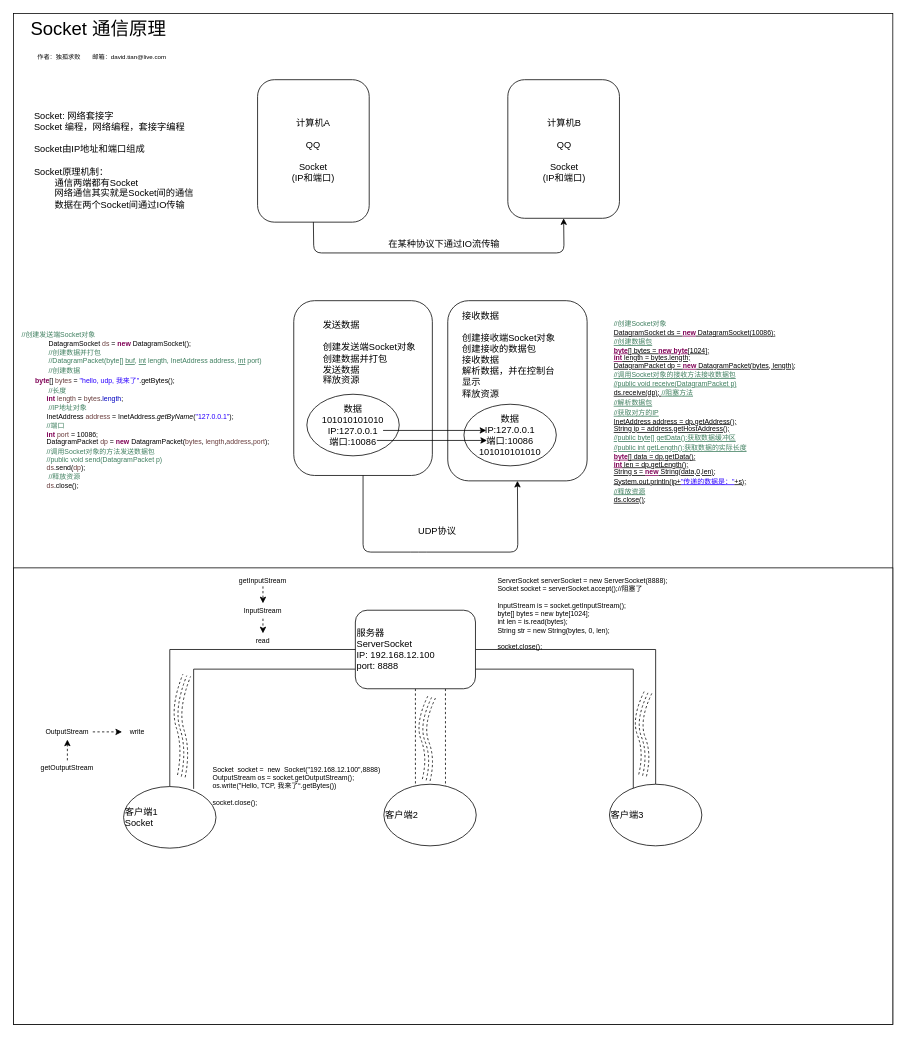
Above: java/net/Untitled Diagram.drawio in dvtn/docs (draw.io), before the change. Source tidied: cells renumbered, new cells numbered last; positions are measured from the earlier drawing's top-left corner, leaving out a move shared by most shapes. Both pictures are drawn from the tidied source at 77%, with x=0, y=0 at pixel (13, 13).
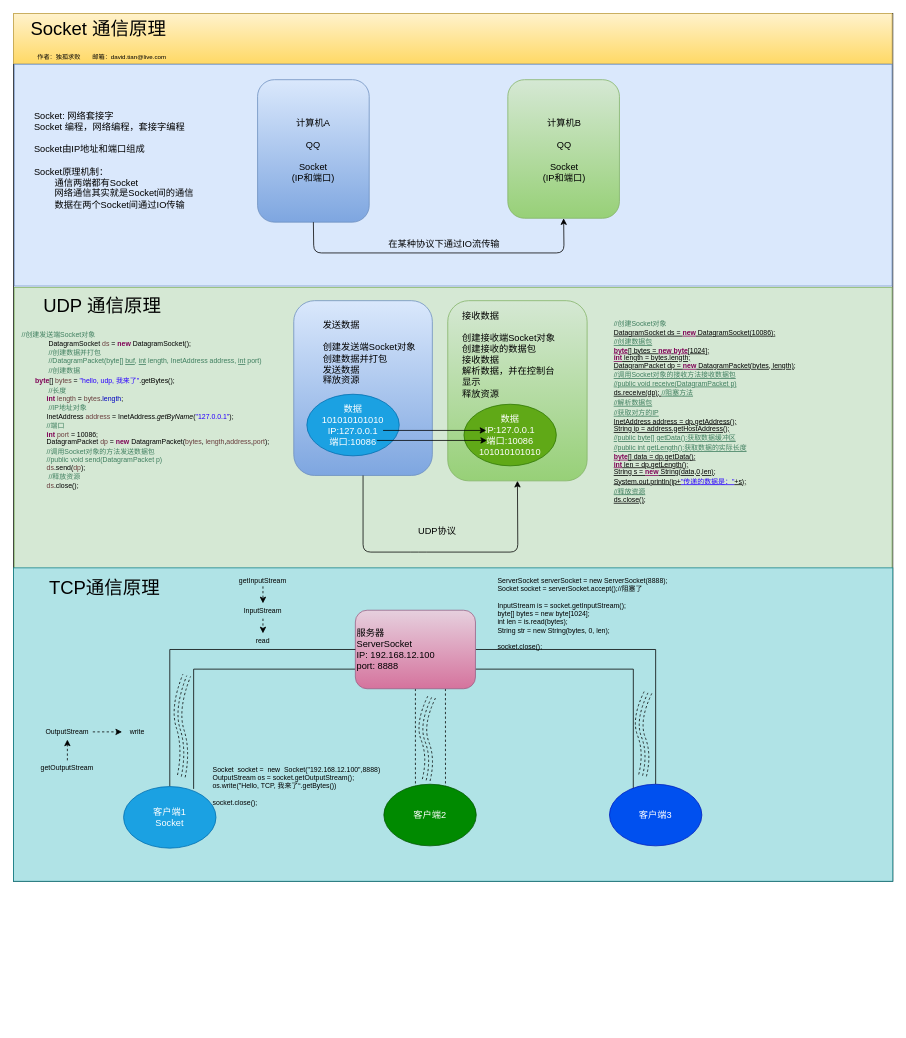
The same page after the edit.

The change refers to these unchanged cells:
```xml
<mxCell id="9" style="endArrow=classic;html=1;fontSize=12;exitX=0.5;exitY=1;exitDx=0;exitDy=0;entryX=0.5;entryY=1;entryDx=0;entryDy=0;" parent="1" edge="1" source="5" target="6">
  <mxGeometry relative="1" as="geometry">
    <Array as="points">
      <mxPoint x="390" y="311" />
      <mxPoint x="715" y="311" />
    </Array>
  </mxGeometry>
</mxCell>
<mxCell id="15" style="endArrow=classic;html=1;fontSize=12;exitX=0.5;exitY=1;exitDx=0;exitDy=0;entryX=0.5;entryY=1;entryDx=0;entryDy=0;" parent="1" edge="1" source="12" target="13">
  <mxGeometry relative="1" as="geometry">
    <Array as="points">
      <mxPoint x="454" y="699.5" />
      <mxPoint x="526" y="699.5" />
      <mxPoint x="655" y="699.5" />
    </Array>
  </mxGeometry>
</mxCell>
```

What changed in the source:
```diff
@@
     <mxCell id="2" style="rounded=0;whiteSpace=wrap;html=1;" parent="1" vertex="1">
-      <mxGeometry width="1142" height="1313" as="geometry" />
+      <mxGeometry width="1142" height="1127" as="geometry" />
     </mxCell>
+    <mxCell id="59" style="rounded=0;whiteSpace=wrap;html=1;labelBackgroundColor=none;fontSize=9;align=center;gradientColor=#ffd966;fillColor=#fff2cc;strokeColor=#d6b656;" parent="1" vertex="1">
+      <mxGeometry width="1141" height="65" as="geometry" />
+    </mxCell>
+    <mxCell id="60" style="rounded=0;whiteSpace=wrap;html=1;fontSize=9;align=left;fillColor=#d5e8d4;strokeColor=#82b366;" parent="1" vertex="1">
+      <mxGeometry x="1" y="356" width="1140" height="376" as="geometry" />
+    </mxCell>
+    <mxCell id="61" style="rounded=0;whiteSpace=wrap;html=1;fontSize=9;align=left;fillColor=#dae8fc;strokeColor=#6c8ebf;" parent="1" vertex="1">
+      <mxGeometry x="1" y="66" width="1140" height="288" as="geometry" />
+    </mxCell>
@@
-    <mxCell id="5" style="rounded=1;whiteSpace=wrap;html=1;fontSize=8;" parent="1" vertex="1">
+    <mxCell id="5" style="rounded=1;whiteSpace=wrap;html=1;fontSize=8;fillColor=#dae8fc;strokeColor=#6c8ebf;gradientColor=#7ea6e0;" parent="1" vertex="1">
       <mxGeometry x="317" y="86" width="145" height="185" as="geometry" />
     </mxCell>
-    <mxCell id="6" style="rounded=1;whiteSpace=wrap;html=1;fontSize=8;" parent="1" vertex="1">
+    <mxCell id="6" style="rounded=1;whiteSpace=wrap;html=1;fontSize=8;gradientColor=#97d077;fillColor=#d5e8d4;strokeColor=#82b366;" parent="1" vertex="1">
       <mxGeometry x="642" y="86" width="145" height="180" as="geometry" />
     </mxCell>
@@
-    <mxCell id="10" value="在某种协议下通过IO流传输" style="text;html=1;align=center;verticalAlign=middle;labelBackgroundColor=#ffffff;fontSize=12;" parent="9" vertex="1">
+    <mxCell id="10" value="在某种协议下通过IO流传输" style="text;html=1;align=center;verticalAlign=middle;labelBackgroundColor=none;fontSize=12;" parent="9" vertex="1">
       <mxGeometry x="-0.04" relative="1" as="geometry">
         <mxPoint x="12" y="-12" as="offset" />
       </mxGeometry>
     </mxCell>
@@
-    <mxCell id="12" style="rounded=1;whiteSpace=wrap;html=1;fontSize=8;" parent="1" vertex="1">
+    <mxCell id="12" style="rounded=1;whiteSpace=wrap;html=1;fontSize=8;gradientColor=#7ea6e0;fillColor=#dae8fc;strokeColor=#6c8ebf;" parent="1" vertex="1">
       <mxGeometry x="364" y="373" width="180" height="227" as="geometry" />
     </mxCell>
-    <mxCell id="13" style="rounded=1;whiteSpace=wrap;html=1;fontSize=8;" parent="1" vertex="1">
+    <mxCell id="13" style="rounded=1;whiteSpace=wrap;html=1;fontSize=8;gradientColor=#97d077;fillColor=#d5e8d4;strokeColor=#82b366;" parent="1" vertex="1">
       <mxGeometry x="564" y="373" width="181" height="234" as="geometry" />
     </mxCell>
@@
-    <mxCell id="16" value="UDP协议" style="text;html=1;align=center;verticalAlign=middle;labelBackgroundColor=#ffffff;fontSize=12;" parent="15" vertex="1">
+    <mxCell id="16" value="UDP协议" style="text;html=1;align=center;verticalAlign=middle;labelBackgroundColor=none;fontSize=12;" parent="15" vertex="1">
       <mxGeometry x="-0.04" relative="1" as="geometry">
         <mxPoint x="6" y="-27" as="offset" />
       </mxGeometry>
     </mxCell>
@@
-    <mxCell id="18" value="&lt;span style=&quot;white-space: normal&quot;&gt;数据&lt;/span&gt;&lt;br style=&quot;white-space: normal&quot;&gt;&lt;span style=&quot;white-space: normal&quot;&gt;IP:127.0.0.1&lt;/span&gt;&lt;br style=&quot;white-space: normal&quot;&gt;&lt;span style=&quot;white-space: normal&quot;&gt;端口:10086&lt;br&gt;&lt;/span&gt;101010101010&lt;span style=&quot;white-space: normal&quot;&gt;&lt;br&gt;&lt;/span&gt;" style="ellipse;whiteSpace=wrap;html=1;fontSize=12;align=center;" parent="1" vertex="1">
+    <mxCell id="18" value="&lt;span style=&quot;white-space: normal&quot;&gt;数据&lt;/span&gt;&lt;br style=&quot;white-space: normal&quot;&gt;&lt;span style=&quot;white-space: normal&quot;&gt;IP:127.0.0.1&lt;/span&gt;&lt;br style=&quot;white-space: normal&quot;&gt;&lt;span style=&quot;white-space: normal&quot;&gt;端口:10086&lt;br&gt;&lt;/span&gt;101010101010&lt;span style=&quot;white-space: normal&quot;&gt;&lt;br&gt;&lt;/span&gt;" style="ellipse;whiteSpace=wrap;html=1;fontSize=12;align=center;fillColor=#60a917;strokeColor=#2D7600;fontColor=#ffffff;" parent="1" vertex="1">
       <mxGeometry x="585" y="507.5" width="120" height="80" as="geometry" />
     </mxCell>
-    <mxCell id="19" value="&lt;span style=&quot;text-align: left ; white-space: normal&quot;&gt;数据&lt;/span&gt;&lt;br style=&quot;text-align: left ; white-space: normal&quot;&gt;&lt;span style=&quot;text-align: left ; white-space: normal&quot;&gt;101010101010&lt;/span&gt;&lt;br style=&quot;text-align: left ; white-space: normal&quot;&gt;&lt;span style=&quot;text-align: left ; white-space: normal&quot;&gt;IP:127.0.0.1&lt;/span&gt;&lt;br style=&quot;text-align: left ; white-space: normal&quot;&gt;&lt;span style=&quot;text-align: left ; white-space: normal&quot;&gt;端口:10086&lt;/span&gt;" style="ellipse;whiteSpace=wrap;html=1;fontSize=12;align=center;" parent="1" vertex="1">
+    <mxCell id="19" value="&lt;span style=&quot;text-align: left ; white-space: normal&quot;&gt;数据&lt;/span&gt;&lt;br style=&quot;text-align: left ; white-space: normal&quot;&gt;&lt;span style=&quot;text-align: left ; white-space: normal&quot;&gt;101010101010&lt;/span&gt;&lt;br style=&quot;text-align: left ; white-space: normal&quot;&gt;&lt;span style=&quot;text-align: left ; white-space: normal&quot;&gt;IP:127.0.0.1&lt;/span&gt;&lt;br style=&quot;text-align: left ; white-space: normal&quot;&gt;&lt;span style=&quot;text-align: left ; white-space: normal&quot;&gt;端口:10086&lt;/span&gt;" style="ellipse;whiteSpace=wrap;html=1;fontSize=12;align=center;fillColor=#1ba1e2;strokeColor=#006EAF;fontColor=#ffffff;" parent="1" vertex="1">
       <mxGeometry x="381" y="494.5" width="120" height="80" as="geometry" />
     </mxCell>
@@
-    <mxCell id="24" style="rounded=0;whiteSpace=wrap;html=1;fontSize=9;align=left;" parent="1" vertex="1">
-      <mxGeometry y="720" width="1142" height="593" as="geometry" />
+    <mxCell id="24" style="rounded=0;whiteSpace=wrap;html=1;fontSize=9;align=left;fillColor=#b0e3e6;strokeColor=#0e8088;" parent="1" vertex="1">
+      <mxGeometry y="720" width="1142" height="407" as="geometry" />
     </mxCell>
@@
-    <mxCell id="30" value="服务器&lt;br style=&quot;font-size: 12px;&quot;&gt;ServerSocket&lt;br style=&quot;font-size: 12px;&quot;&gt;IP: 192.168.12.100&lt;br style=&quot;font-size: 12px;&quot;&gt;port: 8888" style="rounded=1;whiteSpace=wrap;html=1;fontSize=12;align=left;" parent="1" vertex="1">
+    <mxCell id="30" value="服务器&lt;br style=&quot;font-size: 12px;&quot;&gt;ServerSocket&lt;br style=&quot;font-size: 12px;&quot;&gt;IP: 192.168.12.100&lt;br style=&quot;font-size: 12px;&quot;&gt;port: 8888" style="rounded=1;whiteSpace=wrap;html=1;fontSize=12;align=left;gradientColor=#d5739d;fillColor=#e6d0de;strokeColor=#996185;" parent="1" vertex="1">
       <mxGeometry x="444" y="775" width="156" height="102" as="geometry" />
     </mxCell>
@@
-    <mxCell id="32" value="客户端1&lt;br&gt;Socket" style="ellipse;whiteSpace=wrap;html=1;fontSize=12;align=left;" parent="1" vertex="1">
+    <mxCell id="32" value="客户端1&lt;br&gt;Socket" style="ellipse;whiteSpace=wrap;html=1;fontSize=12;align=center;fillColor=#1ba1e2;strokeColor=#006EAF;fontColor=#ffffff;" parent="1" vertex="1">
       <mxGeometry x="143" y="1004" width="120" height="80" as="geometry" />
     </mxCell>
-    <mxCell id="33" value="客户端2" style="ellipse;whiteSpace=wrap;html=1;fontSize=12;align=left;" parent="1" vertex="1">
+    <mxCell id="33" value="客户端2" style="ellipse;whiteSpace=wrap;html=1;fontSize=12;align=center;fillColor=#008a00;strokeColor=#005700;fontColor=#ffffff;" parent="1" vertex="1">
       <mxGeometry x="481" y="1001" width="120" height="80" as="geometry" />
     </mxCell>
-    <mxCell id="34" value="&lt;span style=&quot;white-space: normal&quot;&gt;客户端3&lt;/span&gt;" style="ellipse;whiteSpace=wrap;html=1;fontSize=12;align=left;" parent="1" vertex="1">
+    <mxCell id="34" value="&lt;span style=&quot;white-space: normal&quot;&gt;客户端3&lt;/span&gt;" style="ellipse;whiteSpace=wrap;html=1;fontSize=12;align=center;fillColor=#0050ef;strokeColor=#001DBC;fontColor=#ffffff;" parent="1" vertex="1">
       <mxGeometry x="774" y="1001" width="120" height="80" as="geometry" />
     </mxCell>
@@
+    <mxCell id="62" value="UDP 通信原理" style="text;html=1;strokeColor=none;fillColor=none;align=center;verticalAlign=middle;whiteSpace=wrap;rounded=0;fontSize=24;" parent="1" vertex="1">
+      <mxGeometry x="23.5" y="370" width="183" height="20" as="geometry" />
+    </mxCell>
+    <mxCell id="63" value="TCP通信原理" style="text;html=1;strokeColor=none;fillColor=none;align=center;verticalAlign=middle;whiteSpace=wrap;rounded=0;fontSize=24;" parent="1" vertex="1">
+      <mxGeometry x="27" y="736" width="183" height="20" as="geometry" />
+    </mxCell>
```
